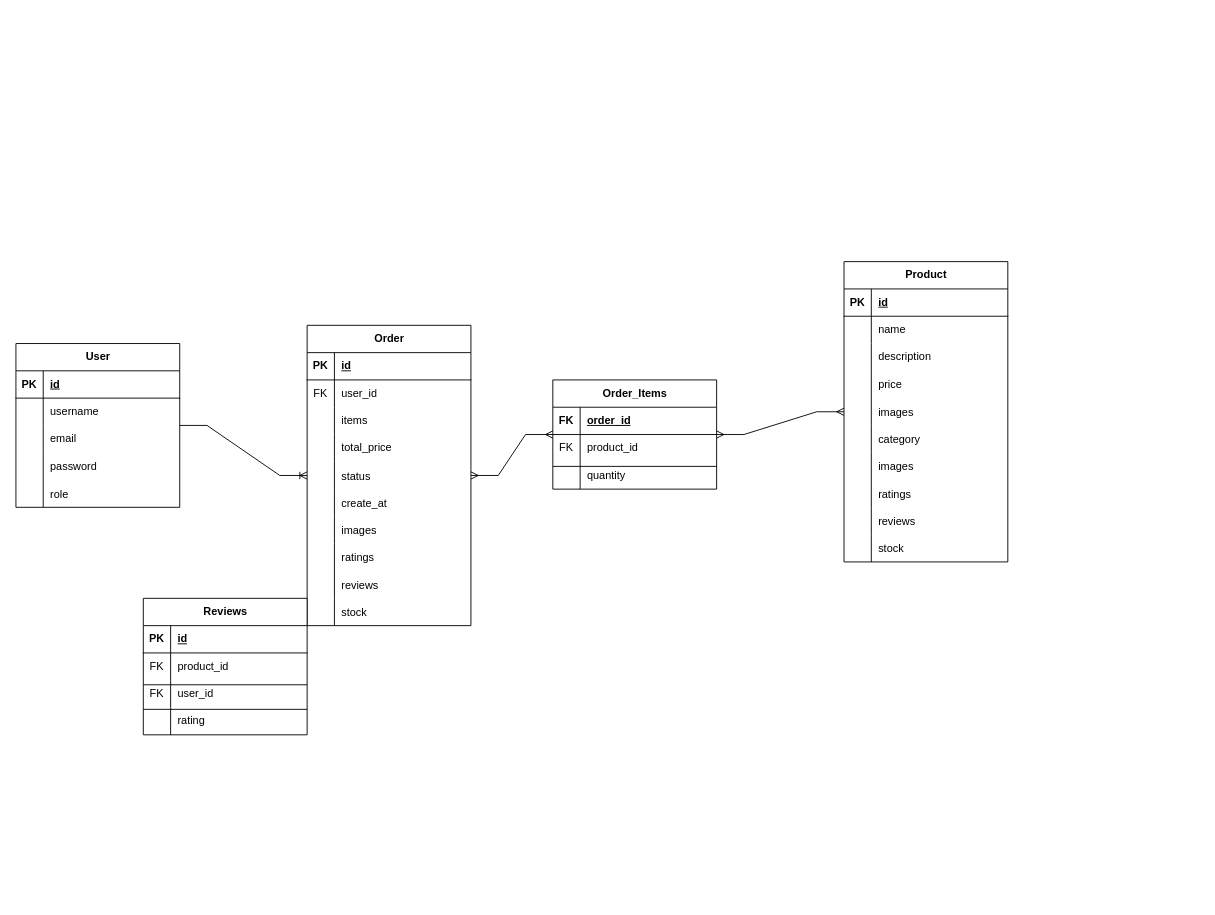
Above: Untitled Diagram.drawio in matobuild/Elegant (draw.io), before the change. Source tidied: cells renumbered, new cells numbered last; positions are measured from the earlier drawing's top-left corner, leaving out a move shared by most shapes. Both pictures are drawn from the tidied source at 91%, with x=0, y=0 at pixel (15, 261).
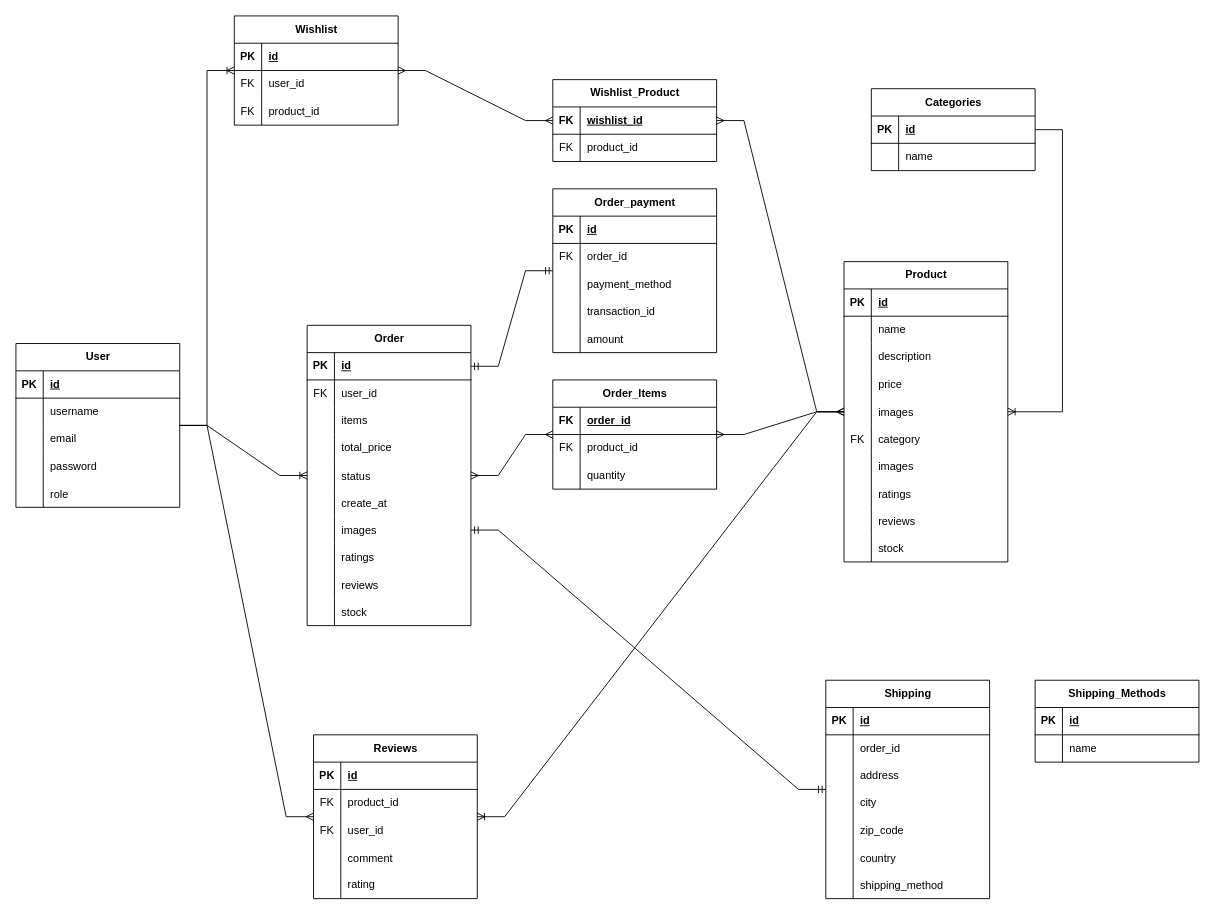
The same page after the edit.

Unchanged cells that the change refers to:
```xml
<mxCell id="2" value="User" style="shape=table;startSize=30;childLayout=tableLayout;rowLines=0;fontStyle=1;align=center;html=1;" parent="1" vertex="1">
  <mxGeometry y="90" width="180" height="180" as="geometry" />
</mxCell>
<mxCell id="18" value="Product" style="shape=table;startSize=30;childLayout=tableLayout;rowLines=0;fontStyle=1;align=center;html=1;" parent="1" vertex="1">
  <mxGeometry x="910" width="180" height="330" as="geometry" />
</mxCell>
<mxCell id="34" style="shape=tableRow;horizontal=0;startSize=0;swimlaneHead=0;swimlaneBody=0;fillColor=none;top=0;left=0;right=0;bottom=0;" parent="18" vertex="1">
  <mxGeometry y="180" width="180" height="30" as="geometry" />
</mxCell>
<mxCell id="50" style="shape=tableRow;horizontal=0;startSize=0;swimlaneHead=0;swimlaneBody=0;fillColor=none;points=[[0,0.5],[1,0.5]];portConstraint=eastwest;top=0;left=0;right=0;bottom=1;" parent="49" vertex="1">
  <mxGeometry y="30" width="180" height="30" as="geometry" />
</mxCell>
<mxCell id="68" style="shape=tableRow;horizontal=0;startSize=0;swimlaneHead=0;swimlaneBody=0;fillColor=none;points=[[0,0.5],[1,0.5]];portConstraint=eastwest;top=0;left=0;right=0;bottom=0;" parent="49" vertex="1">
  <mxGeometry y="210" width="180" height="30" as="geometry" />
</mxCell>
```

Diff of the diagram source:
```diff
@@
-    <mxCell id="35" style="shape=partialRectangle;fillColor=none;top=0;left=0;bottom=0;right=0;overflow=hidden;" parent="34" vertex="1">
+    <mxCell id="35" value="FK" style="shape=partialRectangle;fillColor=none;top=0;left=0;bottom=0;right=0;overflow=hidden;" parent="34" vertex="1">
       <mxGeometry width="30" height="30" as="geometry" />
     </mxCell>
@@
-    <mxCell id="93" style="line;strokeWidth=1;dashed=0;labelPosition=right;align=left;verticalAlign=middle;spacingTop=0;spacingLeft=6;" parent="1" vertex="1">
-      <mxGeometry x="590" y="220" width="180" height="10" as="geometry" />
-    </mxCell>
     <mxCell id="94" value="Reviews" style="shape=table;startSize=30;childLayout=tableLayout;rowLines=0;fontStyle=1;align=center;html=1;" parent="1" vertex="1">
-      <mxGeometry x="140" y="370" width="180" height="150" as="geometry" />
+      <mxGeometry x="327" y="520" width="180" height="180" as="geometry" />
     </mxCell>
@@
+    <mxCell id="109" style="shape=tableRow;horizontal=0;startSize=0;swimlaneHead=0;swimlaneBody=0;fillColor=none;top=0;left=0;right=0;bottom=0;" parent="94" vertex="1">
+      <mxGeometry y="120" width="180" height="30" as="geometry" />
+    </mxCell>
+    <mxCell id="110" style="shape=partialRectangle;fillColor=none;top=0;left=0;bottom=0;right=0;overflow=hidden;" parent="109" vertex="1">
+      <mxGeometry width="30" height="30" as="geometry" />
+    </mxCell>
+    <mxCell id="111" value="comment" style="shape=partialRectangle;fillColor=none;top=0;left=0;bottom=0;right=0;align=left;spacingLeft=6;overflow=hidden;" parent="109" vertex="1">
+      <mxGeometry x="30" width="150" height="30" as="geometry" />
+    </mxCell>
     <mxCell id="104" style="shape=tableRow;horizontal=0;startSize=0;swimlaneHead=0;swimlaneBody=0;fillColor=none;top=0;left=0;right=0;bottom=0;" parent="94" vertex="1">
-      <mxGeometry y="120" width="180" height="30" as="geometry" />
+      <mxGeometry y="150" width="180" height="30" as="geometry" />
     </mxCell>
@@
-    <mxCell id="107" style="line;strokeWidth=1;dashed=0;labelPosition=right;align=left;verticalAlign=middle;spacingTop=0;spacingLeft=6;" parent="1" vertex="1">
-      <mxGeometry x="140" y="460" width="180" height="10" as="geometry" />
-    </mxCell>
-    <mxCell id="108" style="line;strokeWidth=1;dashed=0;labelPosition=right;align=left;verticalAlign=middle;spacingTop=0;spacingLeft=6;" parent="1" vertex="1">
-      <mxGeometry x="140" y="487" width="180" height="10" as="geometry" />
-    </mxCell>
+    <mxCell id="112" value="Wishlist" style="shape=table;startSize=30;childLayout=tableLayout;rowLines=0;fontStyle=1;align=center;html=1;" parent="1" vertex="1">
+      <mxGeometry x="240" y="-270" width="180" height="120" as="geometry" />
+    </mxCell>
+    <mxCell id="113" style="shape=tableRow;horizontal=0;startSize=0;swimlaneHead=0;swimlaneBody=0;fillColor=none;top=0;left=0;right=0;bottom=1;" parent="112" vertex="1">
+      <mxGeometry y="30" width="180" height="30" as="geometry" />
+    </mxCell>
+    <mxCell id="114" value="PK" style="shape=partialRectangle;fillColor=none;top=0;left=0;bottom=0;right=0;fontStyle=1;overflow=hidden;whiteSpace=wrap;html=1;" parent="113" vertex="1">
+      <mxGeometry width="30" height="30" as="geometry" />
+    </mxCell>
+    <mxCell id="115" value="id" style="shape=partialRectangle;fillColor=none;top=0;left=0;bottom=0;right=0;align=left;spacingLeft=6;fontStyle=5;overflow=hidden;whiteSpace=wrap;html=1;" parent="113" vertex="1">
+      <mxGeometry x="30" width="150" height="30" as="geometry" />
+    </mxCell>
+    <mxCell id="116" style="shape=tableRow;horizontal=0;startSize=0;swimlaneHead=0;swimlaneBody=0;fillColor=none;top=0;left=0;right=0;bottom=0;" parent="112" vertex="1">
+      <mxGeometry y="60" width="180" height="30" as="geometry" />
+    </mxCell>
+    <mxCell id="117" value="FK" style="shape=partialRectangle;fillColor=none;top=0;left=0;bottom=0;right=0;overflow=hidden;whiteSpace=wrap;html=1;" parent="116" vertex="1">
+      <mxGeometry width="30" height="30" as="geometry" />
+    </mxCell>
+    <mxCell id="118" value="user_id" style="shape=partialRectangle;fillColor=none;top=0;left=0;bottom=0;right=0;align=left;spacingLeft=6;overflow=hidden;whiteSpace=wrap;html=1;" parent="116" vertex="1">
+      <mxGeometry x="30" width="150" height="30" as="geometry" />
+    </mxCell>
+    <mxCell id="119" style="shape=tableRow;horizontal=0;startSize=0;swimlaneHead=0;swimlaneBody=0;fillColor=none;top=0;left=0;right=0;bottom=0;" parent="112" vertex="1">
+      <mxGeometry y="90" width="180" height="30" as="geometry" />
+    </mxCell>
+    <mxCell id="120" value="FK" style="shape=partialRectangle;fillColor=none;top=0;left=0;bottom=0;right=0;overflow=hidden;whiteSpace=wrap;html=1;" parent="119" vertex="1">
+      <mxGeometry width="30" height="30" as="geometry" />
+    </mxCell>
+    <mxCell id="121" value="product_id" style="shape=partialRectangle;fillColor=none;top=0;left=0;bottom=0;right=0;align=left;spacingLeft=6;overflow=hidden;whiteSpace=wrap;html=1;" parent="119" vertex="1">
+      <mxGeometry x="30" width="150" height="30" as="geometry" />
+    </mxCell>
+    <mxCell id="122" style="edgeStyle=entityRelationEdgeStyle;fontSize=12;html=1;endArrow=ERoneToMany;rounded=0;" parent="1" edge="1" source="2" target="112">
+      <mxGeometry relative="1" as="geometry" />
+    </mxCell>
+    <mxCell id="123" value="Wishlist_Product" style="shape=table;startSize=30;childLayout=tableLayout;rowLines=0;fontStyle=1;align=center;html=1;" parent="1" vertex="1">
+      <mxGeometry x="590" y="-200" width="180" height="90" as="geometry" />
+    </mxCell>
+    <mxCell id="124" style="shape=tableRow;horizontal=0;startSize=0;swimlaneHead=0;swimlaneBody=0;fillColor=none;top=0;left=0;right=0;bottom=1;" parent="123" vertex="1">
+      <mxGeometry y="30" width="180" height="30" as="geometry" />
+    </mxCell>
+    <mxCell id="125" value="FK" style="shape=partialRectangle;fillColor=none;top=0;left=0;bottom=0;right=0;fontStyle=1;overflow=hidden;whiteSpace=wrap;html=1;" parent="124" vertex="1">
+      <mxGeometry width="30" height="30" as="geometry" />
+    </mxCell>
+    <mxCell id="126" value="wishlist_id" style="shape=partialRectangle;fillColor=none;top=0;left=0;bottom=0;right=0;align=left;spacingLeft=6;fontStyle=5;overflow=hidden;whiteSpace=wrap;html=1;" parent="124" vertex="1">
+      <mxGeometry x="30" width="150" height="30" as="geometry" />
+    </mxCell>
+    <mxCell id="127" style="shape=tableRow;horizontal=0;startSize=0;swimlaneHead=0;swimlaneBody=0;fillColor=none;top=0;left=0;right=0;bottom=0;" parent="123" vertex="1">
+      <mxGeometry y="60" width="180" height="30" as="geometry" />
+    </mxCell>
+    <mxCell id="128" value="FK" style="shape=partialRectangle;fillColor=none;top=0;left=0;bottom=0;right=0;overflow=hidden;whiteSpace=wrap;html=1;" parent="127" vertex="1">
+      <mxGeometry width="30" height="30" as="geometry" />
+    </mxCell>
+    <mxCell id="129" value="product_id" style="shape=partialRectangle;fillColor=none;top=0;left=0;bottom=0;right=0;align=left;spacingLeft=6;overflow=hidden;whiteSpace=wrap;html=1;" parent="127" vertex="1">
+      <mxGeometry x="30" width="150" height="30" as="geometry" />
+    </mxCell>
+    <mxCell id="130" style="edgeStyle=entityRelationEdgeStyle;fontSize=12;html=1;endArrow=ERmany;startArrow=ERmany;rounded=0;" parent="1" edge="1" source="112" target="123">
+      <mxGeometry relative="1" as="geometry" />
+    </mxCell>
+    <mxCell id="131" style="edgeStyle=entityRelationEdgeStyle;fontSize=12;html=1;endArrow=ERmany;startArrow=ERmany;rounded=0;" parent="1" edge="1" source="18" target="123">
+      <mxGeometry relative="1" as="geometry" />
+    </mxCell>
+    <mxCell id="132" style="edgeStyle=entityRelationEdgeStyle;fontSize=12;html=1;endArrow=ERoneToMany;rounded=0;" parent="1" edge="1" source="18" target="94">
+      <mxGeometry relative="1" as="geometry" />
+    </mxCell>
+    <mxCell id="133" style="edgeStyle=entityRelationEdgeStyle;fontSize=12;html=1;endArrow=ERmany;rounded=0;" parent="1" edge="1" source="2" target="94">
+      <mxGeometry relative="1" as="geometry" />
+    </mxCell>
+    <mxCell id="134" value="Shipping" style="shape=table;startSize=30;childLayout=tableLayout;rowLines=0;fontStyle=1;align=center;html=1;" parent="1" vertex="1">
+      <mxGeometry x="890" y="460" width="180" height="240" as="geometry" />
+    </mxCell>
+    <mxCell id="135" style="shape=tableRow;horizontal=0;startSize=0;swimlaneHead=0;swimlaneBody=0;fillColor=none;top=0;left=0;right=0;bottom=1;" parent="134" vertex="1">
+      <mxGeometry y="30" width="180" height="30" as="geometry" />
+    </mxCell>
+    <mxCell id="136" value="PK" style="shape=partialRectangle;fillColor=none;top=0;left=0;bottom=0;right=0;fontStyle=1;overflow=hidden;whiteSpace=wrap;html=1;" parent="135" vertex="1">
+      <mxGeometry width="30" height="30" as="geometry" />
+    </mxCell>
+    <mxCell id="137" value="id" style="shape=partialRectangle;fillColor=none;top=0;left=0;bottom=0;right=0;align=left;spacingLeft=6;fontStyle=5;overflow=hidden;whiteSpace=wrap;html=1;" parent="135" vertex="1">
+      <mxGeometry x="30" width="150" height="30" as="geometry" />
+    </mxCell>
+    <mxCell id="138" style="shape=tableRow;horizontal=0;startSize=0;swimlaneHead=0;swimlaneBody=0;fillColor=none;top=0;left=0;right=0;bottom=0;" parent="134" vertex="1">
+      <mxGeometry y="60" width="180" height="30" as="geometry" />
+    </mxCell>
+    <mxCell id="139" style="shape=partialRectangle;fillColor=none;top=0;left=0;bottom=0;right=0;overflow=hidden;whiteSpace=wrap;html=1;" parent="138" vertex="1">
+      <mxGeometry width="30" height="30" as="geometry" />
+    </mxCell>
+    <mxCell id="140" value="order_id" style="shape=partialRectangle;fillColor=none;top=0;left=0;bottom=0;right=0;align=left;spacingLeft=6;overflow=hidden;whiteSpace=wrap;html=1;" parent="138" vertex="1">
+      <mxGeometry x="30" width="150" height="30" as="geometry" />
+    </mxCell>
+    <mxCell id="141" style="shape=tableRow;horizontal=0;startSize=0;swimlaneHead=0;swimlaneBody=0;fillColor=none;top=0;left=0;right=0;bottom=0;" parent="134" vertex="1">
+      <mxGeometry y="90" width="180" height="30" as="geometry" />
+    </mxCell>
+    <mxCell id="142" style="shape=partialRectangle;fillColor=none;top=0;left=0;bottom=0;right=0;overflow=hidden;whiteSpace=wrap;html=1;" parent="141" vertex="1">
+      <mxGeometry width="30" height="30" as="geometry" />
+    </mxCell>
+    <mxCell id="143" value="address" style="shape=partialRectangle;fillColor=none;top=0;left=0;bottom=0;right=0;align=left;spacingLeft=6;overflow=hidden;whiteSpace=wrap;html=1;" parent="141" vertex="1">
+      <mxGeometry x="30" width="150" height="30" as="geometry" />
+    </mxCell>
+    <mxCell id="144" style="shape=tableRow;horizontal=0;startSize=0;swimlaneHead=0;swimlaneBody=0;fillColor=none;top=0;left=0;right=0;bottom=0;" parent="134" vertex="1">
+      <mxGeometry y="120" width="180" height="30" as="geometry" />
+    </mxCell>
+    <mxCell id="145" style="shape=partialRectangle;fillColor=none;top=0;left=0;bottom=0;right=0;overflow=hidden;whiteSpace=wrap;html=1;" parent="144" vertex="1">
+      <mxGeometry width="30" height="30" as="geometry" />
+    </mxCell>
+    <mxCell id="146" value="city" style="shape=partialRectangle;fillColor=none;top=0;left=0;bottom=0;right=0;align=left;spacingLeft=6;overflow=hidden;whiteSpace=wrap;html=1;" parent="144" vertex="1">
+      <mxGeometry x="30" width="150" height="30" as="geometry" />
+    </mxCell>
+    <mxCell id="147" style="shape=tableRow;horizontal=0;startSize=0;swimlaneHead=0;swimlaneBody=0;fillColor=none;top=0;left=0;right=0;bottom=0;" parent="134" vertex="1">
+      <mxGeometry y="150" width="180" height="30" as="geometry" />
+    </mxCell>
+    <mxCell id="148" style="shape=partialRectangle;fillColor=none;top=0;left=0;bottom=0;right=0;overflow=hidden;" parent="147" vertex="1">
+      <mxGeometry width="30" height="30" as="geometry" />
+    </mxCell>
+    <mxCell id="149" value="zip_code" style="shape=partialRectangle;fillColor=none;top=0;left=0;bottom=0;right=0;align=left;spacingLeft=6;overflow=hidden;" parent="147" vertex="1">
+      <mxGeometry x="30" width="150" height="30" as="geometry" />
+    </mxCell>
+    <mxCell id="150" style="shape=tableRow;horizontal=0;startSize=0;swimlaneHead=0;swimlaneBody=0;fillColor=none;top=0;left=0;right=0;bottom=0;" parent="134" vertex="1">
+      <mxGeometry y="180" width="180" height="30" as="geometry" />
+    </mxCell>
+    <mxCell id="151" style="shape=partialRectangle;fillColor=none;top=0;left=0;bottom=0;right=0;overflow=hidden;" parent="150" vertex="1">
+      <mxGeometry width="30" height="30" as="geometry" />
+    </mxCell>
+    <mxCell id="152" value="country" style="shape=partialRectangle;fillColor=none;top=0;left=0;bottom=0;right=0;align=left;spacingLeft=6;overflow=hidden;" parent="150" vertex="1">
+      <mxGeometry x="30" width="150" height="30" as="geometry" />
+    </mxCell>
+    <mxCell id="153" style="shape=tableRow;horizontal=0;startSize=0;swimlaneHead=0;swimlaneBody=0;fillColor=none;top=0;left=0;right=0;bottom=0;" parent="134" vertex="1">
+      <mxGeometry y="210" width="180" height="30" as="geometry" />
+    </mxCell>
+    <mxCell id="154" style="shape=partialRectangle;fillColor=none;top=0;left=0;bottom=0;right=0;overflow=hidden;" parent="153" vertex="1">
+      <mxGeometry width="30" height="30" as="geometry" />
+    </mxCell>
+    <mxCell id="155" value="shipping_method" style="shape=partialRectangle;fillColor=none;top=0;left=0;bottom=0;right=0;align=left;spacingLeft=6;overflow=hidden;" parent="153" vertex="1">
+      <mxGeometry x="30" width="150" height="30" as="geometry" />
+    </mxCell>
+    <mxCell id="156" style="edgeStyle=entityRelationEdgeStyle;fontSize=12;html=1;endArrow=ERmandOne;startArrow=ERmandOne;rounded=0;exitX=1;exitY=0.5;exitDx=0;exitDy=0;" parent="1" edge="1" source="68" target="134">
+      <mxGeometry relative="1" as="geometry" />
+    </mxCell>
+    <mxCell id="157" value="Categories" style="shape=table;startSize=30;childLayout=tableLayout;rowLines=0;fontStyle=1;align=center;html=1;" parent="1" vertex="1">
+      <mxGeometry x="940" y="-190" width="180" height="90" as="geometry" />
+    </mxCell>
+    <mxCell id="158" style="shape=tableRow;horizontal=0;startSize=0;swimlaneHead=0;swimlaneBody=0;fillColor=none;top=0;left=0;right=0;bottom=1;" parent="157" vertex="1">
+      <mxGeometry y="30" width="180" height="30" as="geometry" />
+    </mxCell>
+    <mxCell id="159" value="PK" style="shape=partialRectangle;fillColor=none;top=0;left=0;bottom=0;right=0;fontStyle=1;overflow=hidden;whiteSpace=wrap;html=1;" parent="158" vertex="1">
+      <mxGeometry width="30" height="30" as="geometry" />
+    </mxCell>
+    <mxCell id="160" value="id" style="shape=partialRectangle;fillColor=none;top=0;left=0;bottom=0;right=0;align=left;spacingLeft=6;fontStyle=5;overflow=hidden;whiteSpace=wrap;html=1;" parent="158" vertex="1">
+      <mxGeometry x="30" width="150" height="30" as="geometry" />
+    </mxCell>
+    <mxCell id="161" style="shape=tableRow;horizontal=0;startSize=0;swimlaneHead=0;swimlaneBody=0;fillColor=none;top=0;left=0;right=0;bottom=0;" parent="157" vertex="1">
+      <mxGeometry y="60" width="180" height="30" as="geometry" />
+    </mxCell>
+    <mxCell id="162" style="shape=partialRectangle;fillColor=none;top=0;left=0;bottom=0;right=0;overflow=hidden;whiteSpace=wrap;html=1;" parent="161" vertex="1">
+      <mxGeometry width="30" height="30" as="geometry" />
+    </mxCell>
+    <mxCell id="163" value="name" style="shape=partialRectangle;fillColor=none;top=0;left=0;bottom=0;right=0;align=left;spacingLeft=6;overflow=hidden;whiteSpace=wrap;html=1;" parent="161" vertex="1">
+      <mxGeometry x="30" width="150" height="30" as="geometry" />
+    </mxCell>
+    <mxCell id="164" value="Order_payment" style="shape=table;startSize=30;childLayout=tableLayout;rowLines=0;fontStyle=1;align=center;html=1;" parent="1" vertex="1">
+      <mxGeometry x="590" y="-80" width="180" height="180" as="geometry" />
+    </mxCell>
+    <mxCell id="165" style="shape=tableRow;horizontal=0;startSize=0;swimlaneHead=0;swimlaneBody=0;fillColor=none;top=0;left=0;right=0;bottom=1;" parent="164" vertex="1">
+      <mxGeometry y="30" width="180" height="30" as="geometry" />
+    </mxCell>
+    <mxCell id="166" value="PK" style="shape=partialRectangle;fillColor=none;top=0;left=0;bottom=0;right=0;fontStyle=1;overflow=hidden;whiteSpace=wrap;html=1;" parent="165" vertex="1">
+      <mxGeometry width="30" height="30" as="geometry" />
+    </mxCell>
+    <mxCell id="167" value="id" style="shape=partialRectangle;fillColor=none;top=0;left=0;bottom=0;right=0;align=left;spacingLeft=6;fontStyle=5;overflow=hidden;whiteSpace=wrap;html=1;" parent="165" vertex="1">
+      <mxGeometry x="30" width="150" height="30" as="geometry" />
+    </mxCell>
+    <mxCell id="168" style="shape=tableRow;horizontal=0;startSize=0;swimlaneHead=0;swimlaneBody=0;fillColor=none;top=0;left=0;right=0;bottom=0;" parent="164" vertex="1">
+      <mxGeometry y="60" width="180" height="30" as="geometry" />
+    </mxCell>
+    <mxCell id="169" value="FK" style="shape=partialRectangle;fillColor=none;top=0;left=0;bottom=0;right=0;overflow=hidden;whiteSpace=wrap;html=1;" parent="168" vertex="1">
+      <mxGeometry width="30" height="30" as="geometry" />
+    </mxCell>
+    <mxCell id="170" value="order_id" style="shape=partialRectangle;fillColor=none;top=0;left=0;bottom=0;right=0;align=left;spacingLeft=6;overflow=hidden;whiteSpace=wrap;html=1;" parent="168" vertex="1">
+      <mxGeometry x="30" width="150" height="30" as="geometry" />
+    </mxCell>
+    <mxCell id="171" style="shape=tableRow;horizontal=0;startSize=0;swimlaneHead=0;swimlaneBody=0;fillColor=none;top=0;left=0;right=0;bottom=0;" parent="164" vertex="1">
+      <mxGeometry y="90" width="180" height="30" as="geometry" />
+    </mxCell>
+    <mxCell id="172" style="shape=partialRectangle;fillColor=none;top=0;left=0;bottom=0;right=0;overflow=hidden;whiteSpace=wrap;html=1;" parent="171" vertex="1">
+      <mxGeometry width="30" height="30" as="geometry" />
+    </mxCell>
+    <mxCell id="173" value="payment_method" style="shape=partialRectangle;fillColor=none;top=0;left=0;bottom=0;right=0;align=left;spacingLeft=6;overflow=hidden;whiteSpace=wrap;html=1;" parent="171" vertex="1">
+      <mxGeometry x="30" width="150" height="30" as="geometry" />
+    </mxCell>
+    <mxCell id="174" style="shape=tableRow;horizontal=0;startSize=0;swimlaneHead=0;swimlaneBody=0;fillColor=none;top=0;left=0;right=0;bottom=0;" parent="164" vertex="1">
+      <mxGeometry y="120" width="180" height="30" as="geometry" />
+    </mxCell>
+    <mxCell id="175" style="shape=partialRectangle;fillColor=none;top=0;left=0;bottom=0;right=0;overflow=hidden;whiteSpace=wrap;html=1;" parent="174" vertex="1">
+      <mxGeometry width="30" height="30" as="geometry" />
+    </mxCell>
+    <mxCell id="176" value="transaction_id" style="shape=partialRectangle;fillColor=none;top=0;left=0;bottom=0;right=0;align=left;spacingLeft=6;overflow=hidden;whiteSpace=wrap;html=1;" parent="174" vertex="1">
+      <mxGeometry x="30" width="150" height="30" as="geometry" />
+    </mxCell>
+    <mxCell id="177" style="shape=tableRow;horizontal=0;startSize=0;swimlaneHead=0;swimlaneBody=0;fillColor=none;top=0;left=0;right=0;bottom=0;" parent="164" vertex="1">
+      <mxGeometry y="150" width="180" height="30" as="geometry" />
+    </mxCell>
+    <mxCell id="178" style="shape=partialRectangle;fillColor=none;top=0;left=0;bottom=0;right=0;overflow=hidden;" parent="177" vertex="1">
+      <mxGeometry width="30" height="30" as="geometry" />
+    </mxCell>
+    <mxCell id="179" value="amount" style="shape=partialRectangle;fillColor=none;top=0;left=0;bottom=0;right=0;align=left;spacingLeft=6;overflow=hidden;" parent="177" vertex="1">
+      <mxGeometry x="30" width="150" height="30" as="geometry" />
+    </mxCell>
+    <mxCell id="180" style="edgeStyle=entityRelationEdgeStyle;fontSize=12;html=1;endArrow=ERoneToMany;rounded=0;" parent="1" edge="1" source="157" target="18">
+      <mxGeometry relative="1" as="geometry" />
+    </mxCell>
+    <mxCell id="181" style="edgeStyle=entityRelationEdgeStyle;fontSize=12;html=1;endArrow=ERmandOne;startArrow=ERmandOne;rounded=0;exitX=1;exitY=0.5;exitDx=0;exitDy=0;" parent="1" edge="1" source="50" target="164">
+      <mxGeometry relative="1" as="geometry" />
+    </mxCell>
+    <mxCell id="182" value="Shipping_Methods" style="shape=table;startSize=30;childLayout=tableLayout;rowLines=0;fontStyle=1;align=center;html=1;" parent="1" vertex="1">
+      <mxGeometry x="1120" y="460" width="180" height="90" as="geometry" />
+    </mxCell>
+    <mxCell id="183" style="shape=tableRow;horizontal=0;startSize=0;swimlaneHead=0;swimlaneBody=0;fillColor=none;top=0;left=0;right=0;bottom=1;" parent="182" vertex="1">
+      <mxGeometry y="30" width="180" height="30" as="geometry" />
+    </mxCell>
+    <mxCell id="184" value="PK" style="shape=partialRectangle;fillColor=none;top=0;left=0;bottom=0;right=0;fontStyle=1;overflow=hidden;whiteSpace=wrap;html=1;" parent="183" vertex="1">
+      <mxGeometry width="30" height="30" as="geometry" />
+    </mxCell>
+    <mxCell id="185" value="id" style="shape=partialRectangle;fillColor=none;top=0;left=0;bottom=0;right=0;align=left;spacingLeft=6;fontStyle=5;overflow=hidden;whiteSpace=wrap;html=1;" parent="183" vertex="1">
+      <mxGeometry x="30" width="150" height="30" as="geometry" />
+    </mxCell>
+    <mxCell id="186" style="shape=tableRow;horizontal=0;startSize=0;swimlaneHead=0;swimlaneBody=0;fillColor=none;top=0;left=0;right=0;bottom=0;" parent="182" vertex="1">
+      <mxGeometry y="60" width="180" height="30" as="geometry" />
+    </mxCell>
+    <mxCell id="187" style="shape=partialRectangle;fillColor=none;top=0;left=0;bottom=0;right=0;overflow=hidden;whiteSpace=wrap;html=1;" parent="186" vertex="1">
+      <mxGeometry width="30" height="30" as="geometry" />
+    </mxCell>
+    <mxCell id="188" value="name" style="shape=partialRectangle;fillColor=none;top=0;left=0;bottom=0;right=0;align=left;spacingLeft=6;overflow=hidden;whiteSpace=wrap;html=1;" parent="186" vertex="1">
+      <mxGeometry x="30" width="150" height="30" as="geometry" />
+    </mxCell>
```
